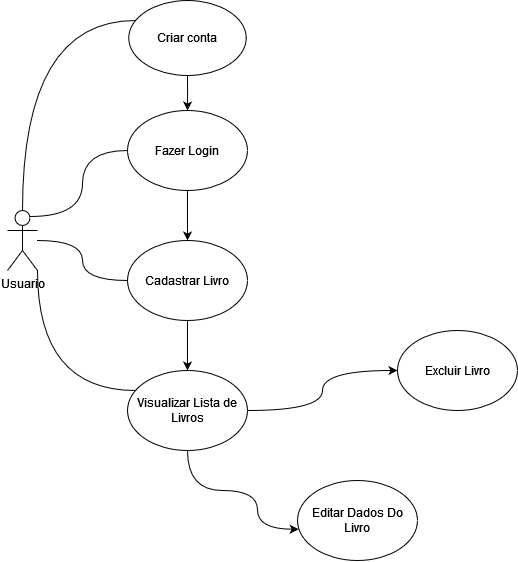
This is casoDeUso/casoDeUso.drawio.png from ADS-Unifg/Diagramas, a draw.io export, as it was before one commit. Source tidied: cells renumbered, new cells last; positions are measured from the earlier drawing's top-left corner, leaving out a move shared by most shapes.
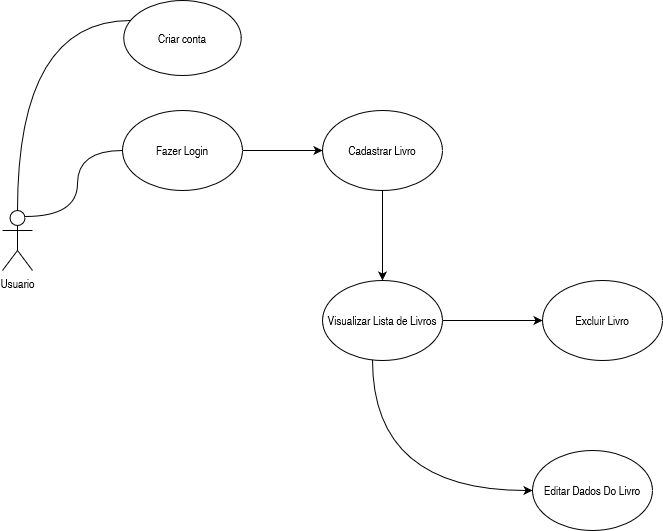
Later version of the same file.

Diff of the diagram source:
```diff
@@ -9,25 +9,12 @@
         </Array>
       </mxGeometry>
     </mxCell>
-    <mxCell id="3" style="edgeStyle=orthogonalEdgeStyle;rounded=0;jettySize=auto;html=1;curved=1;endArrow=none;endFill=0;" parent="1" edge="1" source="6" target="12">
-      <mxGeometry relative="1" as="geometry" />
-    </mxCell>
     <mxCell id="4" style="edgeStyle=orthogonalEdgeStyle;rounded=0;jettySize=auto;html=1;exitX=0.75;exitY=0.1;exitDx=0;exitDy=0;exitPerimeter=0;entryX=0;entryY=0.5;entryDx=0;entryDy=0;endArrow=none;endFill=0;curved=1;" parent="1" edge="1" source="6" target="10">
       <mxGeometry relative="1" as="geometry" />
     </mxCell>
-    <mxCell id="5" style="edgeStyle=orthogonalEdgeStyle;rounded=0;jettySize=auto;html=1;exitX=1;exitY=1;exitDx=0;exitDy=0;exitPerimeter=0;curved=1;endArrow=none;endFill=0;" parent="1" edge="1" source="6" target="15">
-      <mxGeometry relative="1" as="geometry">
-        <Array as="points">
-          <mxPoint x="30" y="390" />
-        </Array>
-      </mxGeometry>
-    </mxCell>
     <mxCell id="6" value="&lt;div&gt;Usuario&lt;/div&gt;" style="shape=umlActor;verticalLabelPosition=bottom;verticalAlign=top;html=1;outlineConnect=0;" parent="1" vertex="1">
       <mxGeometry y="210" width="30" height="60" as="geometry" />
     </mxCell>
-    <mxCell id="7" style="edgeStyle=orthogonalEdgeStyle;rounded=0;jettySize=auto;html=1;" parent="1" edge="1" source="8" target="10">
-      <mxGeometry relative="1" as="geometry" />
-    </mxCell>
     <mxCell id="8" value="Criar conta" style="ellipse;whiteSpace=wrap;html=1;" parent="1" vertex="1">
       <mxGeometry x="121.2" width="117.5" height="75" as="geometry" />
     </mxCell>
@@ -41,29 +28,26 @@
       <mxGeometry relative="1" as="geometry" />
     </mxCell>
     <mxCell id="12" value="&lt;div&gt;Cadastrar Livro&lt;/div&gt;" style="ellipse;whiteSpace=wrap;html=1;" parent="1" vertex="1">
-      <mxGeometry x="120" y="240" width="120" height="80" as="geometry" />
+      <mxGeometry x="320" y="110" width="120" height="80" as="geometry" />
     </mxCell>
-    <mxCell id="13" style="edgeStyle=orthogonalEdgeStyle;rounded=0;jettySize=auto;html=1;entryX=0.01;entryY=0.609;entryDx=0;entryDy=0;curved=1;entryPerimeter=0;" parent="1" edge="1" target="17">
-      <mxGeometry relative="1" as="geometry">
-        <mxPoint x="180" y="450" as="sourcePoint" />
-        <Array as="points">
-          <mxPoint x="180" y="490" />
-          <mxPoint x="250" y="490" />
-          <mxPoint x="250" y="529" />
-        </Array>
-      </mxGeometry>
-    </mxCell>
     <mxCell id="14" style="edgeStyle=orthogonalEdgeStyle;rounded=0;jettySize=auto;html=1;curved=1;" parent="1" edge="1" source="15" target="16">
       <mxGeometry relative="1" as="geometry" />
     </mxCell>
+    <mxCell id="18" style="edgeStyle=orthogonalEdgeStyle;rounded=0;jettySize=auto;html=1;entryX=0;entryY=0.5;entryDx=0;entryDy=0;curved=1;" parent="1" edge="1" source="15" target="17">
+      <mxGeometry relative="1" as="geometry">
+        <Array as="points">
+          <mxPoint x="370" y="490" />
+        </Array>
+      </mxGeometry>
+    </mxCell>
     <mxCell id="15" value="Visualizar Lista de Livros" style="ellipse;whiteSpace=wrap;html=1;" parent="1" vertex="1">
-      <mxGeometry x="120" y="370" width="120" height="80" as="geometry" />
+      <mxGeometry x="320" y="280" width="120" height="80" as="geometry" />
     </mxCell>
     <mxCell id="16" value="Excluir Livro" style="ellipse;whiteSpace=wrap;html=1;" parent="1" vertex="1">
-      <mxGeometry x="390" y="330" width="120" height="80" as="geometry" />
+      <mxGeometry x="540" y="280" width="120" height="80" as="geometry" />
     </mxCell>
     <mxCell id="17" value="Editar Dados Do Livro" style="ellipse;whiteSpace=wrap;html=1;" parent="1" vertex="1">
-      <mxGeometry x="290" y="480" width="120" height="80" as="geometry" />
+      <mxGeometry x="530" y="450" width="120" height="80" as="geometry" />
     </mxCell>
   </root>
 </mxGraphModel>
```
